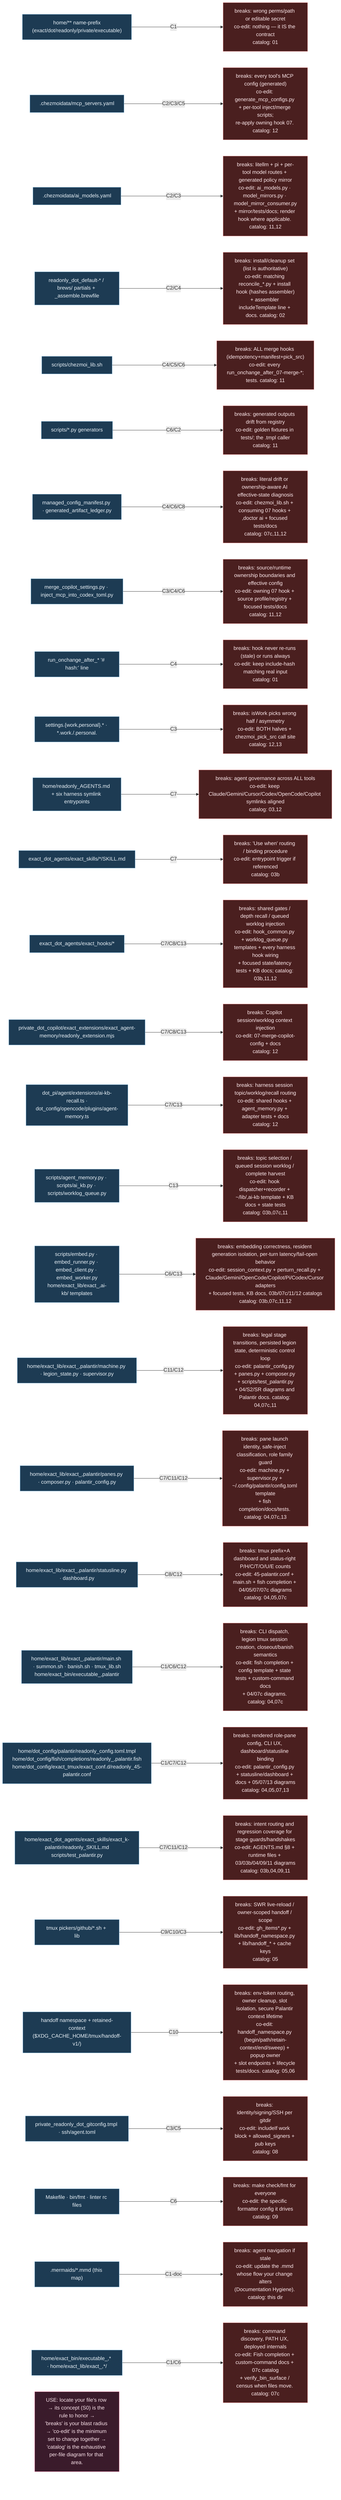
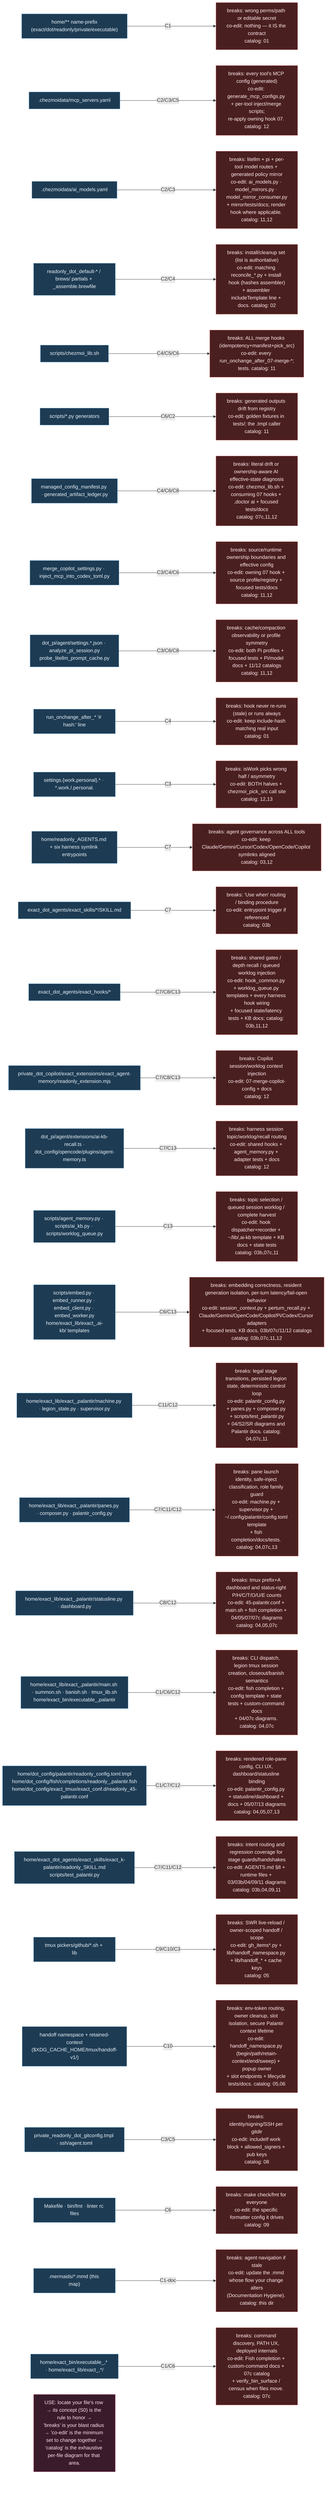
%% ============================================================================
%% SR-index.mmd — REVERSE INDEX ("maps into each particle").
%% Given a file/area you're about to touch, find: which CONCEPT it serves,
%% what BREAKS if you change it wrong, and the CO-EDIT SET (what must move with
%% it). This is the bridge from the semantic cloud (S0) down to the exhaustive
%% catalog (00-13). Concept IDs (C1..C13) refer to S0-concepts.mmd.
%% Mermaid note: rendered as a left→right map; for the dense table read source.
%% ============================================================================
flowchart LR
    classDef area fill:#1d3b53,stroke:#7fb3d5,color:#eaf2f8;
    classDef c fill:#3a1b2b,stroke:#f48fb1,color:#fce4ec;
    classDef brk fill:#4a1f1f,stroke:#ef9a9a,color:#ffebee;

    A1["home/** name-prefix<br/>(exact/dot/readonly/private/executable)"]:::area -->|C1| B1["breaks: wrong perms/path or editable secret<br/>co-edit: nothing — it IS the contract<br/>catalog: 01"]:::brk
    A2[".chezmoidata/mcp_servers.yaml"]:::area -->|C2/C3/C5| B2["breaks: every tool's MCP config (generated)<br/>co-edit: generate_mcp_configs.py + per-tool inject/merge scripts;<br/>re-apply owning hook 07. catalog: 12"]:::brk
    A3[".chezmoidata/ai_models.yaml"]:::area -->|C2/C3| B3["breaks: litellm + pi + per-tool model routes + generated policy mirror<br/>co-edit: ai_models.py · model_mirrors.py · model_mirror_consumer.py<br/>+ mirror/tests/docs; render hook where applicable. catalog: 11,12"]:::brk
    A4["readonly_dot_default-* / brews/ partials + _assemble.brewfile"]:::area -->|C2/C4| B4["breaks: install/cleanup set (list is authoritative)<br/>co-edit: matching reconcile_*.py + install hook (hashes assembler)<br/>+ assembler includeTemplate line + docs. catalog: 02"]:::brk
    A5["scripts/chezmoi_lib.sh"]:::area -->|C4/C5/C6| B5["breaks: ALL merge hooks (idempotency+manifest+pick_src)<br/>co-edit: every run_onchange_after_07-merge-*;<br/>tests. catalog: 11"]:::brk
    A6["scripts/*.py generators"]:::area -->|C6/C2| B6["breaks: generated outputs drift from registry<br/>co-edit: golden fixtures in tests/; the .tmpl caller<br/>catalog: 11"]:::brk
    A6b["managed_config_manifest.py · generated_artifact_ledger.py"]:::area -->|C4/C6/C8| B6b["breaks: literal drift or ownership-aware AI effective-state diagnosis<br/>co-edit: chezmoi_lib.sh + consuming 07 hooks + ,doctor ai + focused tests/docs<br/>catalog: 07c,11,12"]:::brk
    A6c["merge_copilot_settings.py · inject_mcp_into_codex_toml.py"]:::area -->|C3/C4/C6| B6c["breaks: source/runtime ownership boundaries and effective config<br/>co-edit: owning 07 hook + source profile/registry + focused tests/docs<br/>catalog: 11,12"]:::brk
+     A6d["dot_pi/agent/settings.*.json · analyze_pi_session.py<br/>probe_litellm_prompt_cache.py"]:::area -->|C3/C6/C8| B6d["breaks: cache/compaction observability or profile symmetry<br/>co-edit: both Pi profiles + focused tests + Pi/model docs + 11/12 catalogs<br/>catalog: 11,12"]:::brk
    A7["run_onchange_after_* '# hash:' line"]:::area -->|C4| B7["breaks: hook never re-runs (stale) or runs always<br/>co-edit: keep include-hash matching real input<br/>catalog: 01"]:::brk
    A8["settings.{work,personal}.* · *.work./.personal."]:::area -->|C3| B8["breaks: isWork picks wrong half / asymmetry<br/>co-edit: BOTH halves + chezmoi_pick_src call site<br/>catalog: 12,13"]:::brk
    A9["home/readonly_AGENTS.md + six harness symlink entrypoints"]:::area -->|C7| B9["breaks: agent governance across ALL tools<br/>co-edit: keep Claude/Gemini/Cursor/Codex/OpenCode/Copilot symlinks aligned<br/>catalog: 03,12"]:::brk
    A10["exact_dot_agents/exact_skills/*/SKILL.md"]:::area -->|C7| B10["breaks: 'Use when' routing / binding procedure<br/>co-edit: entrypoint trigger if referenced<br/>catalog: 03b"]:::brk
    A11["exact_dot_agents/exact_hooks/*"]:::area -->|C7/C8/C13| B11["breaks: shared gates / depth recall / queued worklog injection<br/>co-edit: hook_common.py + worklog_queue.py templates + every harness hook wiring<br/>+ focused state/latency tests + KB docs; catalog: 03b,11,12"]:::brk
    A11b["private_dot_copilot/exact_extensions/exact_agent-memory/readonly_extension.mjs"]:::area -->|C7/C8/C13| B11b["breaks: Copilot session/worklog context injection<br/>co-edit: 07-merge-copilot-config + docs<br/>catalog: 12"]:::brk
    A11c["dot_pi/agent/extensions/ai-kb-recall.ts ·<br/>dot_config/opencode/plugins/agent-memory.ts"]:::area -->|C7/C13| B11c["breaks: harness session topic/worklog/recall routing<br/>co-edit: shared hooks + agent_memory.py + adapter tests + docs<br/>catalog: 12"]:::brk
    A11d["scripts/agent_memory.py · scripts/ai_kb.py · scripts/worklog_queue.py"]:::area -->|C13| B11d["breaks: topic selection / queued session worklog / complete harvest<br/>co-edit: hook dispatcher+recorder + ~/lib/,ai-kb template + KB docs + state tests<br/>catalog: 03b,07c,11"]:::brk
    A11e["scripts/embed.py · embed_runner.py · embed_client.py · embed_worker.py<br/>home/exact_lib/exact_,ai-kb/ templates"]:::area -->|C6/C13| B11e["breaks: embedding correctness, resident generation isolation, per-turn latency/fail-open behavior<br/>co-edit: session_context.py + perturn_recall.py + Claude/Gemini/OpenCode/Copilot/Pi/Codex/Cursor adapters<br/>+ focused tests, KB docs, 03b/07c/11/12 catalogs<br/>catalog: 03b,07c,11,12"]:::brk
    A12["home/exact_lib/exact_,palantir/machine.py · legion_state.py · supervisor.py"]:::area -->|C11/C12| B12["breaks: legal stage transitions, persisted legion state, deterministic control loop<br/>co-edit: palantir_config.py + panes.py + composer.py + scripts/test_palantir.py<br/>+ 04/S2/SR diagrams and Palantir docs. catalog: 04,07c,11"]:::brk
    A12b["home/exact_lib/exact_,palantir/panes.py · composer.py · palantir_config.py"]:::area -->|C7/C11/C12| B12b["breaks: pane launch identity, safe-inject classification, role family guard<br/>co-edit: machine.py + supervisor.py + ~/.config/palantir/config.toml template<br/>+ fish completion/docs/tests. catalog: 04,07c,13"]:::brk
    A12c["home/exact_lib/exact_,palantir/statusline.py · dashboard.py"]:::area -->|C8/C12| B12c["breaks: tmux prefix+A dashboard and status-right P/H/C/T/O/U/E counts<br/>co-edit: 45-palantir.conf + main.sh + fish completion + 04/05/07/07c diagrams<br/>catalog: 04,05,07c"]:::brk
    A12d["home/exact_lib/exact_,palantir/main.sh · summon.sh · banish.sh · tmux_lib.sh<br/>home/exact_bin/executable_,palantir"]:::area -->|C1/C6/C12| B12d["breaks: CLI dispatch, legion tmux session creation, closeout/banish semantics<br/>co-edit: fish completion + config template + state tests + custom-command docs<br/>+ 04/07c diagrams. catalog: 04,07c"]:::brk
    A12e["home/dot_config/palantir/readonly_config.toml.tmpl<br/>home/dot_config/fish/completions/readonly_,palantir.fish<br/>home/dot_config/exact_tmux/exact_conf.d/readonly_45-palantir.conf"]:::area -->|C1/C7/C12| B12e["breaks: rendered role-pane config, CLI UX, dashboard/statusline binding<br/>co-edit: palantir_config.py + statusline/dashboard + docs + 05/07/13 diagrams<br/>catalog: 04,05,07,13"]:::brk
    A12f["home/exact_dot_agents/exact_skills/exact_k-palantir/readonly_SKILL.md<br/>scripts/test_palantir.py"]:::area -->|C7/C11/C12| B12f["breaks: intent routing and regression coverage for stage guards/handshakes<br/>co-edit: AGENTS.md §8 + runtime files + 03/03b/04/09/11 diagrams<br/>catalog: 03b,04,09,11"]:::brk
    A13["tmux pickers/github/*.sh + lib"]:::area -->|C9/C10/C3| B13["breaks: SWR live-reload / owner-scoped handoff / scope<br/>co-edit: gh_items*.py + lib/handoff_namespace.py + lib/handoff_* + cache keys<br/>catalog: 05"]:::brk
    A14["handoff namespace + retained-context<br/>($XDG_CACHE_HOME/tmux/handoff-v1/)"]:::area -->|C10| B14["breaks: env-token routing, owner cleanup, slot isolation, secure Palantir context lifetime<br/>co-edit: handoff_namespace.py (begin/path/retain-context/end/sweep) + popup owner<br/>+ slot endpoints + lifecycle tests/docs. catalog: 05,06"]:::brk
    A15["private_readonly_dot_gitconfig.tmpl · ssh/agent.toml"]:::area -->|C3/C5| B15["breaks: identity/signing/SSH per gitdir<br/>co-edit: includeIf work block + allowed_signers + pub keys<br/>catalog: 08"]:::brk
    A16["Makefile · bin/fmt · linter rc files"]:::area -->|C6| B16["breaks: make check/fmt for everyone<br/>co-edit: the specific formatter config it drives<br/>catalog: 09"]:::brk
    A17[".mermaids/*.mmd (this map)"]:::area -->|C1-doc| B17["breaks: agent navigation if stale<br/>co-edit: update the .mmd whose flow your change alters<br/>(Documentation Hygiene). catalog: this dir"]:::brk
    A18["home/exact_bin/executable_,* · home/exact_lib/exact_,*/"]:::area -->|C1/C6| B18["breaks: command discovery, PATH UX, deployed internals<br/>co-edit: Fish completion + custom-command docs + 07c catalog<br/>+ verify_bin_surface / census when files move. catalog: 07c"]:::brk

    GUIDE["USE: locate your file's row → its concept (S0) is the rule to honor →<br/>'breaks' is your blast radius → 'co-edit' is the minimum set to change together →<br/>'catalog' is the exhaustive per-file diagram for that area."]:::c
